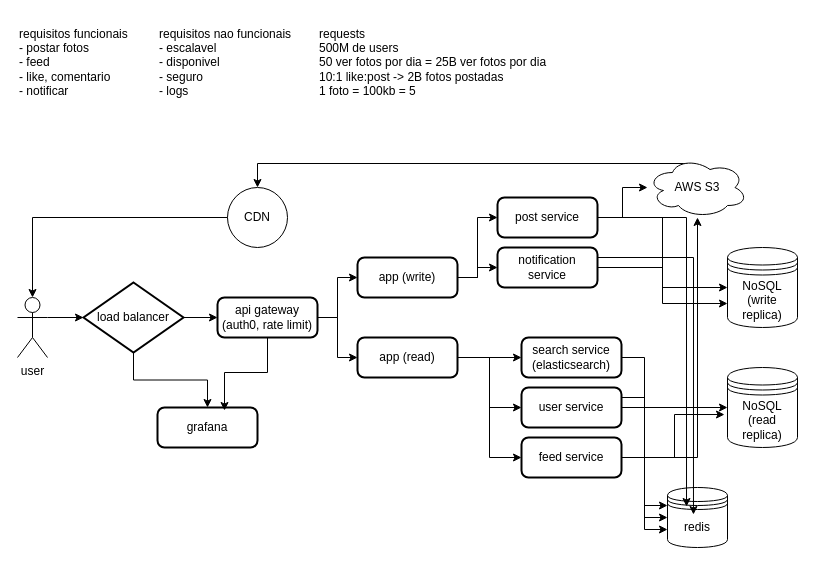
This is instagram.drawio from barbs-pm/lld, a draw.io file, before an edit. Source tidied: cells renumbered, new cells numbered last; positions are measured from the earlier drawing's top-left corner, leaving out a move shared by most shapes. Both pictures are drawn from the tidied source at 100%, with x=0, y=0 at pixel (17, 17).
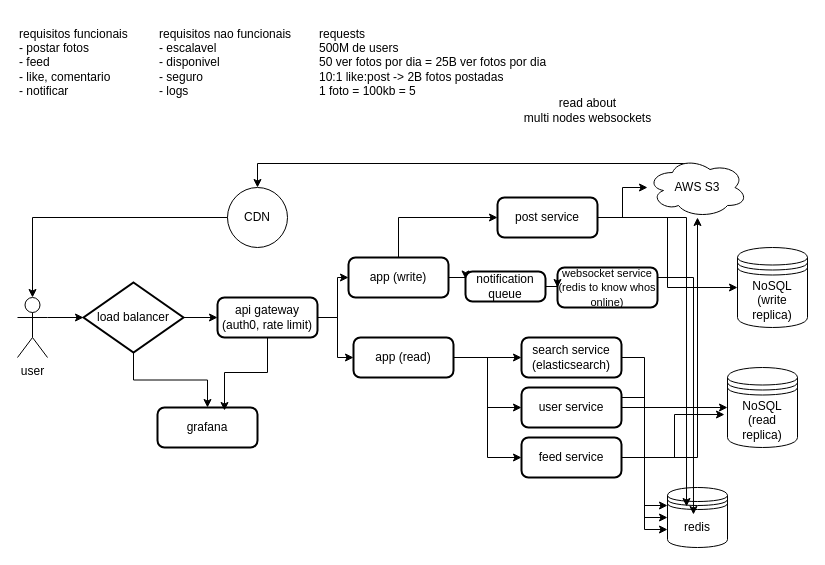
The same page after the edit.

The change refers to these unchanged cells:
```xml
<mxCell id="32" value="post service" style="rounded=1;whiteSpace=wrap;html=1;absoluteArcSize=1;arcSize=14;strokeWidth=2;" parent="1" vertex="1">
  <mxGeometry x="480" y="180" width="100" height="40" as="geometry" />
</mxCell>
```

The edit, as a diff of the source:
```diff
@@
-    <mxCell id="13" style="edgeStyle=orthogonalEdgeStyle;rounded=0;jettySize=auto;html=1;exitX=1;exitY=0.5;exitDx=0;exitDy=0;entryX=0;entryY=0.5;entryDx=0;entryDy=0;" parent="1" edge="1" source="15" target="32">
+    <mxCell id="13" style="edgeStyle=orthogonalEdgeStyle;rounded=0;jettySize=auto;html=1;exitX=0.5;exitY=0;exitDx=0;exitDy=0;entryX=0;entryY=0.5;entryDx=0;entryDy=0;" parent="1" edge="1" source="15" target="32">
       <mxGeometry relative="1" as="geometry" />
     </mxCell>
-    <mxCell id="14" style="edgeStyle=orthogonalEdgeStyle;rounded=0;jettySize=auto;html=1;exitX=1;exitY=0.5;exitDx=0;exitDy=0;" parent="1" edge="1" source="15" target="34">
-      <mxGeometry relative="1" as="geometry" />
-    </mxCell>
+    <mxCell id="45" style="edgeStyle=orthogonalEdgeStyle;rounded=0;jettySize=auto;html=1;exitX=1;exitY=0.5;exitDx=0;exitDy=0;entryX=0;entryY=0.25;entryDx=0;entryDy=0;" parent="1" edge="1" source="15" target="47">
+      <mxGeometry relative="1" as="geometry" />
+    </mxCell>
     <mxCell id="15" value="app (write)" style="rounded=1;whiteSpace=wrap;html=1;absoluteArcSize=1;arcSize=14;strokeWidth=2;" parent="1" vertex="1">
-      <mxGeometry x="340" y="240" width="100" height="40" as="geometry" />
+      <mxGeometry x="331" y="240" width="100" height="40" as="geometry" />
     </mxCell>
@@
     <mxCell id="19" value="app (read)" style="rounded=1;whiteSpace=wrap;html=1;absoluteArcSize=1;arcSize=14;strokeWidth=2;" parent="1" vertex="1">
-      <mxGeometry x="340" y="320" width="100" height="40" as="geometry" />
+      <mxGeometry x="336" y="320" width="100" height="40" as="geometry" />
     </mxCell>
@@
-    <mxCell id="33" style="edgeStyle=orthogonalEdgeStyle;rounded=0;jettySize=auto;html=1;exitX=1;exitY=0.5;exitDx=0;exitDy=0;entryX=0;entryY=0.7;entryDx=0;entryDy=0;" parent="1" edge="1" source="34" target="37">
-      <mxGeometry relative="1" as="geometry" />
-    </mxCell>
-    <mxCell id="34" value="notification service" style="rounded=1;whiteSpace=wrap;html=1;absoluteArcSize=1;arcSize=14;strokeWidth=2;" parent="1" vertex="1">
-      <mxGeometry x="480" y="230" width="100" height="40" as="geometry" />
+    <mxCell id="34" value="&lt;font style=&quot;font-size: 11px;&quot;&gt;websocket service (redis to know whos online)&lt;/font&gt;" style="rounded=1;whiteSpace=wrap;html=1;absoluteArcSize=1;arcSize=14;strokeWidth=2;" parent="1" vertex="1">
+      <mxGeometry x="540" y="250" width="100" height="40" as="geometry" />
     </mxCell>
@@
     <mxCell id="37" value="NoSQL (write replica)" style="shape=datastore;whiteSpace=wrap;html=1;" parent="1" vertex="1">
-      <mxGeometry x="710" y="230" width="70" height="80" as="geometry" />
+      <mxGeometry x="720" y="230" width="70" height="80" as="geometry" />
     </mxCell>
@@
+    <mxCell id="46" style="edgeStyle=orthogonalEdgeStyle;rounded=0;jettySize=auto;html=1;exitX=1;exitY=0.5;exitDx=0;exitDy=0;entryX=0;entryY=0.5;entryDx=0;entryDy=0;" parent="1" edge="1" source="47" target="34">
+      <mxGeometry relative="1" as="geometry" />
+    </mxCell>
+    <mxCell id="47" value="notification&lt;div&gt;queue&lt;/div&gt;" style="rounded=1;whiteSpace=wrap;html=1;absoluteArcSize=1;arcSize=14;strokeWidth=2;" parent="1" vertex="1">
+      <mxGeometry x="448" y="254" width="80" height="30" as="geometry" />
+    </mxCell>
+    <mxCell id="48" value="read about&lt;div&gt;multi nodes websockets&lt;/div&gt;" style="text;html=1;align=center;verticalAlign=middle;strokeColor=none;fillColor=none;" parent="1" vertex="1">
+      <mxGeometry x="495" y="73" width="150" height="40" as="geometry" />
+    </mxCell>
```
